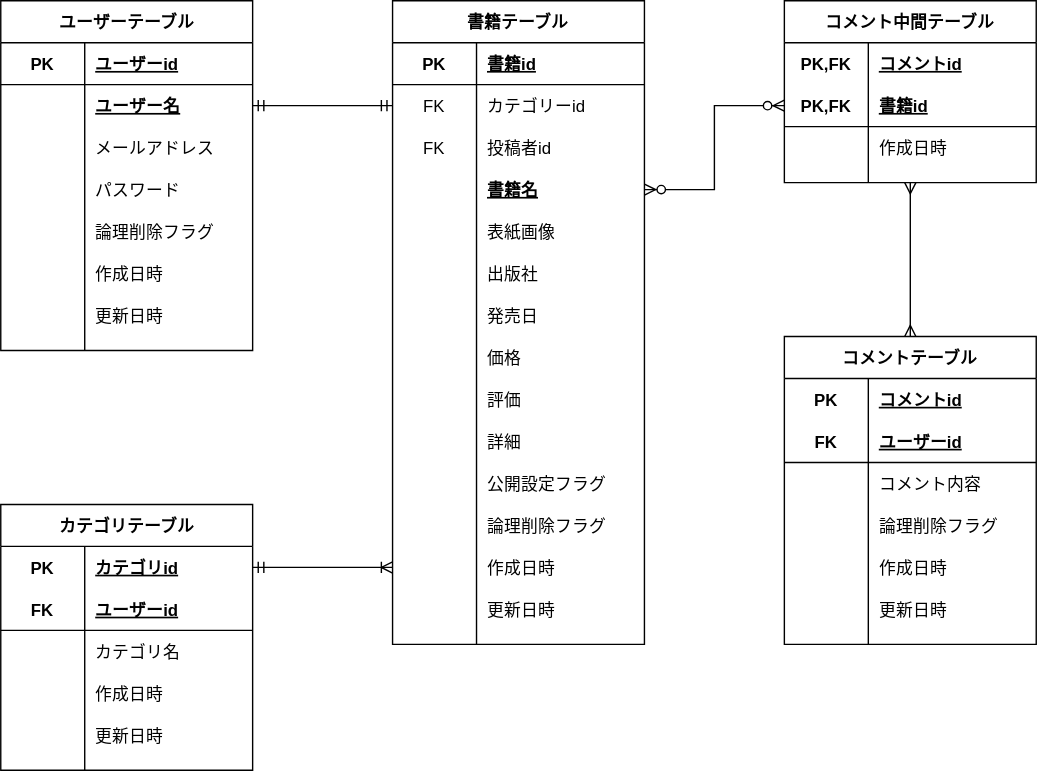
Above: ERdiagram.drawio.svg in takumi98/EngineerBookshelf (draw.io), before the change. Source tidied: cells renumbered, new cells last; positions are measured from the earlier drawing's top-left corner, leaving out a move shared by most shapes.
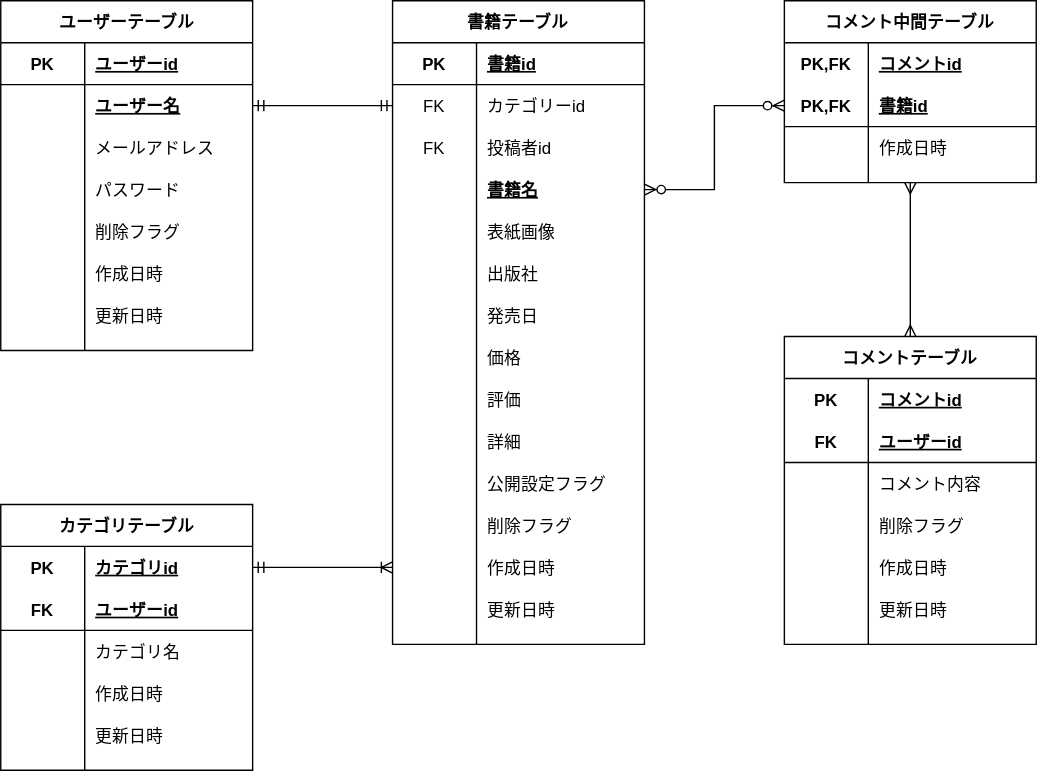
After the commit.

Commit message:
[update]削除フラグに変更

Diff of the diagram source:
```diff
@@ -50,7 +50,7 @@
     <mxCell id="17" style="shape=partialRectangle;fillColor=none;top=0;left=0;bottom=0;right=0;overflow=hidden;" parent="16" vertex="1">
       <mxGeometry width="60" height="30" as="geometry" />
     </mxCell>
-    <mxCell id="18" value="論理削除フラグ" style="shape=partialRectangle;fillColor=none;top=0;left=0;bottom=0;right=0;align=left;spacingLeft=6;overflow=hidden;" parent="16" vertex="1">
+    <mxCell id="18" value="削除フラグ" style="shape=partialRectangle;fillColor=none;top=0;left=0;bottom=0;right=0;align=left;spacingLeft=6;overflow=hidden;" parent="16" vertex="1">
       <mxGeometry x="60" width="120" height="30" as="geometry" />
     </mxCell>
     <mxCell id="19" style="shape=partialRectangle;fillColor=none;top=0;left=0;bottom=0;right=0;" parent="3" vertex="1">
@@ -179,7 +179,7 @@
     <mxCell id="60" style="shape=partialRectangle;fillColor=none;top=0;left=0;bottom=0;right=0;overflow=hidden;" parent="59" vertex="1">
       <mxGeometry width="60" height="30" as="geometry" />
     </mxCell>
-    <mxCell id="61" value="論理削除フラグ" style="shape=partialRectangle;fillColor=none;top=0;left=0;bottom=0;right=0;align=left;spacingLeft=6;overflow=hidden;" parent="59" vertex="1">
+    <mxCell id="61" value="削除フラグ" style="shape=partialRectangle;fillColor=none;top=0;left=0;bottom=0;right=0;align=left;spacingLeft=6;overflow=hidden;" parent="59" vertex="1">
       <mxGeometry x="60" width="120" height="30" as="geometry" />
     </mxCell>
     <mxCell id="62" style="shape=partialRectangle;fillColor=none;top=0;left=0;bottom=0;right=0;points=[[0,0.5],[1,0.5]];portConstraint=eastwest;" parent="25" vertex="1">
@@ -239,7 +239,7 @@
     <mxCell id="80" style="shape=partialRectangle;fillColor=none;top=0;left=0;bottom=0;right=0;overflow=hidden;" parent="79" vertex="1">
       <mxGeometry width="60" height="30" as="geometry" />
     </mxCell>
-    <mxCell id="81" value="論理削除フラグ" style="shape=partialRectangle;fillColor=none;top=0;left=0;bottom=0;right=0;align=left;spacingLeft=6;overflow=hidden;" parent="79" vertex="1">
+    <mxCell id="81" value="削除フラグ" style="shape=partialRectangle;fillColor=none;top=0;left=0;bottom=0;right=0;align=left;spacingLeft=6;overflow=hidden;" parent="79" vertex="1">
       <mxGeometry x="60" width="120" height="30" as="geometry" />
     </mxCell>
     <mxCell id="82" style="shape=partialRectangle;fillColor=none;top=0;left=0;bottom=0;right=0;" parent="69" vertex="1">
```
